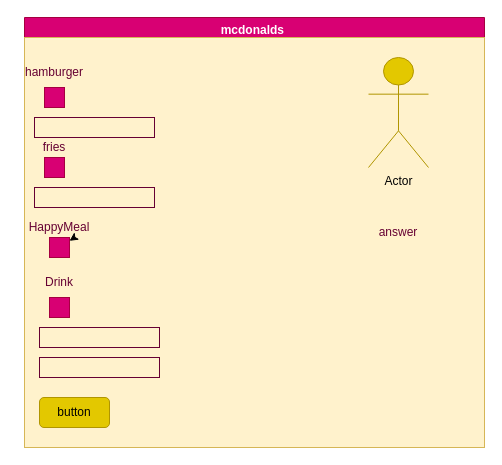
The draw.io diagram design/storyboard.drawio in sophie-nguyen-0/ICS2O-Assignment-4, before the edit. Source tidied: cells renumbered, new cells numbered last; positions are measured from the earlier drawing's top-left corner, leaving out a move shared by most shapes. Both pictures are drawn from the tidied source at 100%, with x=0, y=0 at pixel (24, 17).
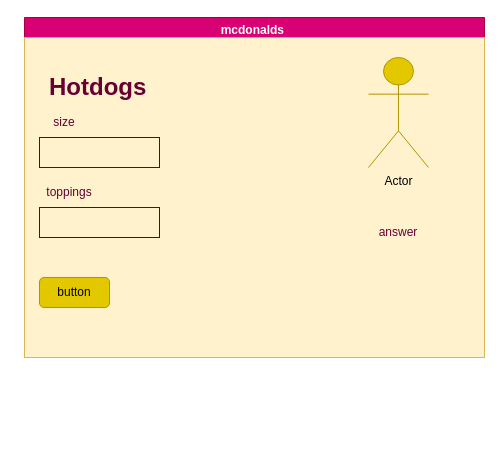
The same diagram, later.

Diff of the diagram source:
```diff
@@
     <mxCell id="3" style="rounded=0;whiteSpace=wrap;html=1;fillColor=#fff2cc;strokeColor=#d6b656;" parent="1" vertex="1">
-      <mxGeometry y="20" width="460" height="410" as="geometry" />
+      <mxGeometry y="20" width="460" height="320" as="geometry" />
     </mxCell>
@@
-    <mxCell id="5" value="hamburger" style="text;html=1;align=center;verticalAlign=middle;whiteSpace=wrap;rounded=0;fontColor=#660033;" parent="1" vertex="1">
-      <mxGeometry y="40" width="60" height="30" as="geometry" />
-    </mxCell>
-    <mxCell id="6" value="fries" style="text;html=1;align=center;verticalAlign=middle;whiteSpace=wrap;rounded=0;fontColor=#660033;" parent="1" vertex="1">
-      <mxGeometry y="120" width="60" height="20" as="geometry" />
-    </mxCell>
-    <mxCell id="7" style="edgeStyle=none;html=1;fontColor=#660033;" parent="1" edge="1" target="3">
-      <mxGeometry relative="1" as="geometry">
-        <mxPoint y="197.5" as="sourcePoint" />
-      </mxGeometry>
-    </mxCell>
-    <mxCell id="8" style="edgeStyle=none;html=1;exitX=0.75;exitY=1;exitDx=0;exitDy=0;fontColor=#660033;" parent="1" edge="1" source="9" target="12">
-      <mxGeometry relative="1" as="geometry" />
-    </mxCell>
-    <mxCell id="9" value="HappyMeal" style="text;html=1;align=center;verticalAlign=middle;whiteSpace=wrap;rounded=0;fontColor=#660033;" parent="1" vertex="1">
-      <mxGeometry x="5" y="200" width="60" height="20" as="geometry" />
-    </mxCell>
-    <mxCell id="10" style="whiteSpace=wrap;html=1;fontColor=#ffffff;fillColor=#d80073;strokeColor=#A50040;" parent="1" vertex="1">
-      <mxGeometry x="20" y="70" width="20" height="20" as="geometry" />
-    </mxCell>
-    <mxCell id="11" style="whiteSpace=wrap;html=1;fontColor=#ffffff;fillColor=#d80073;strokeColor=#A50040;" parent="1" vertex="1">
-      <mxGeometry x="20" y="140" width="20" height="20" as="geometry" />
-    </mxCell>
-    <mxCell id="12" style="whiteSpace=wrap;html=1;fontColor=#ffffff;fillColor=#d80073;strokeColor=#A50040;" parent="1" vertex="1">
-      <mxGeometry x="25" y="220" width="20" height="20" as="geometry" />
-    </mxCell>
     <mxCell id="13" value="button" style="rounded=1;whiteSpace=wrap;html=1;fontColor=#000000;fillColor=#e3c800;strokeColor=#B09500;" parent="1" vertex="1">
-      <mxGeometry x="15" y="380" width="70" height="30" as="geometry" />
+      <mxGeometry x="15" y="260" width="70" height="30" as="geometry" />
     </mxCell>
@@
-    <mxCell id="15" style="rounded=0;whiteSpace=wrap;html=1;fontColor=#660033;strokeColor=#660033;fillColor=none;" parent="1" vertex="1">
-      <mxGeometry x="10" y="100" width="120" height="20" as="geometry" />
-    </mxCell>
-    <mxCell id="16" style="rounded=0;whiteSpace=wrap;html=1;fontColor=#660033;strokeColor=#660033;fillColor=none;" parent="1" vertex="1">
-      <mxGeometry x="10" y="170" width="120" height="20" as="geometry" />
-    </mxCell>
-    <mxCell id="17" value="Drink" style="text;html=1;strokeColor=none;fillColor=none;align=center;verticalAlign=middle;whiteSpace=wrap;rounded=0;fontColor=#660033;" parent="1" vertex="1">
-      <mxGeometry x="5" y="250" width="60" height="30" as="geometry" />
-    </mxCell>
-    <mxCell id="18" style="rounded=0;whiteSpace=wrap;html=1;fontColor=#660033;strokeColor=#660033;fillColor=none;" parent="1" vertex="1">
-      <mxGeometry x="15" y="310" width="120" height="20" as="geometry" />
-    </mxCell>
-    <mxCell id="19" style="rounded=0;whiteSpace=wrap;html=1;fontColor=#660033;strokeColor=#660033;fillColor=none;" parent="1" vertex="1">
-      <mxGeometry x="15" y="340" width="120" height="20" as="geometry" />
-    </mxCell>
-    <mxCell id="20" style="whiteSpace=wrap;html=1;fontColor=#ffffff;fillColor=#d80073;strokeColor=#A50040;" parent="1" vertex="1">
-      <mxGeometry x="25" y="280" width="20" height="20" as="geometry" />
+    <mxCell id="20" value="size" style="text;html=1;strokeColor=none;fillColor=none;align=center;verticalAlign=middle;whiteSpace=wrap;rounded=0;fontColor=#660033;" parent="1" vertex="1">
+      <mxGeometry x="10" y="90" width="60" height="30" as="geometry" />
     </mxCell>
+    <mxCell id="21" value="&lt;h1&gt;Hotdogs&lt;/h1&gt;" style="text;html=1;strokeColor=none;fillColor=none;spacing=5;spacingTop=-20;whiteSpace=wrap;overflow=hidden;rounded=0;fontColor=#660033;" parent="1" vertex="1">
+      <mxGeometry x="20" y="50" width="190" height="40" as="geometry" />
+    </mxCell>
+    <mxCell id="22" style="rounded=0;whiteSpace=wrap;html=1;fontColor=#660033;fillColor=none;strokeColor=#660033;" parent="1" vertex="1">
+      <mxGeometry x="15" y="120" width="120" height="30" as="geometry" />
+    </mxCell>
+    <mxCell id="23" value="toppings" style="text;html=1;strokeColor=none;fillColor=none;align=center;verticalAlign=middle;whiteSpace=wrap;rounded=0;fontColor=#660033;" parent="1" vertex="1">
+      <mxGeometry x="15" y="160" width="60" height="30" as="geometry" />
+    </mxCell>
+    <mxCell id="24" style="rounded=0;whiteSpace=wrap;html=1;fontColor=#660033;strokeColor=#660033;fillColor=none;" parent="1" vertex="1">
+      <mxGeometry x="15" y="190" width="120" height="30" as="geometry" />
+    </mxCell>
```
